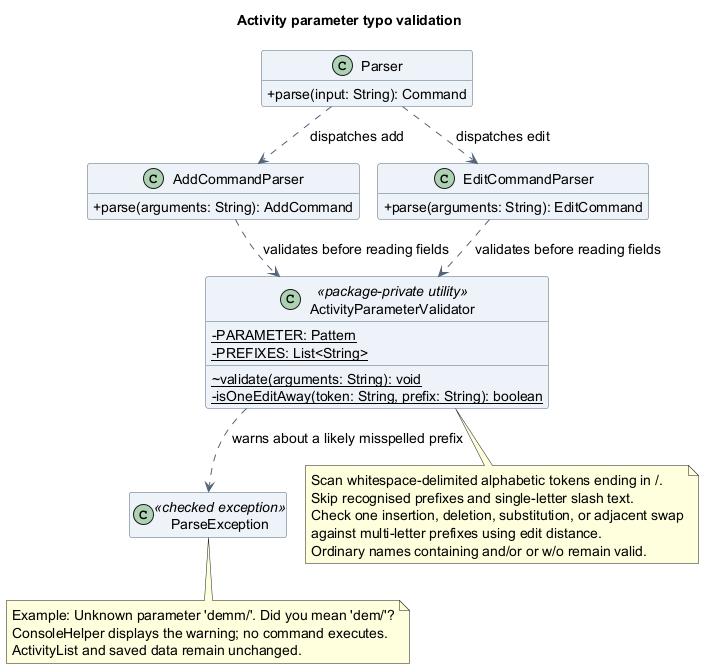
Above: docs/images/luke/class/ActivityParameterValidatorClassDiagram.png in AY2627S1-CS2113-T10-4/tp (PlantUML), before the change.
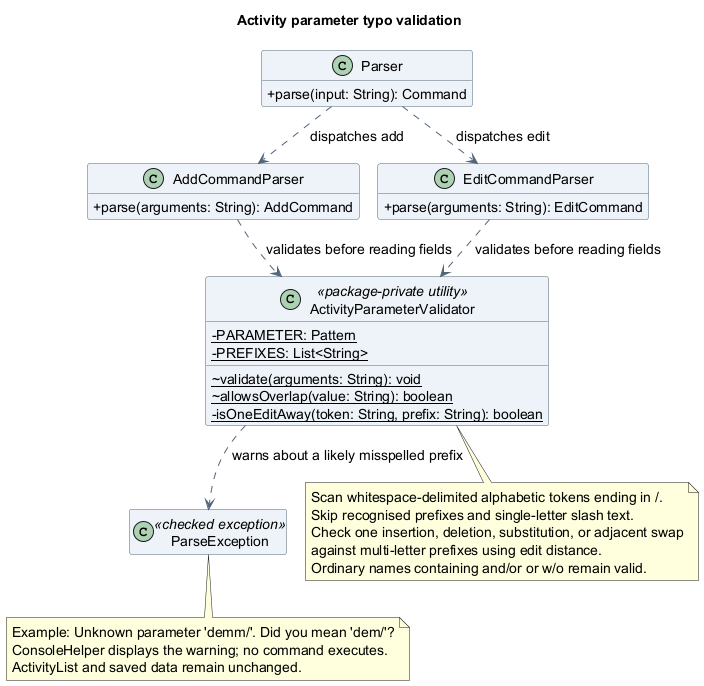
After the commit.

Change to the diagram source:
```diff
@@ -24,6 +24,7 @@
   {static} -PARAMETER: Pattern
   {static} -PREFIXES: List<String>
   {static} ~validate(arguments: String): void
+  {static} ~allowsOverlap(value: String): boolean
   {static} -isOneEditAway(token: String, prefix: String): boolean
 }
 class ParseException <<checked exception>>
```
